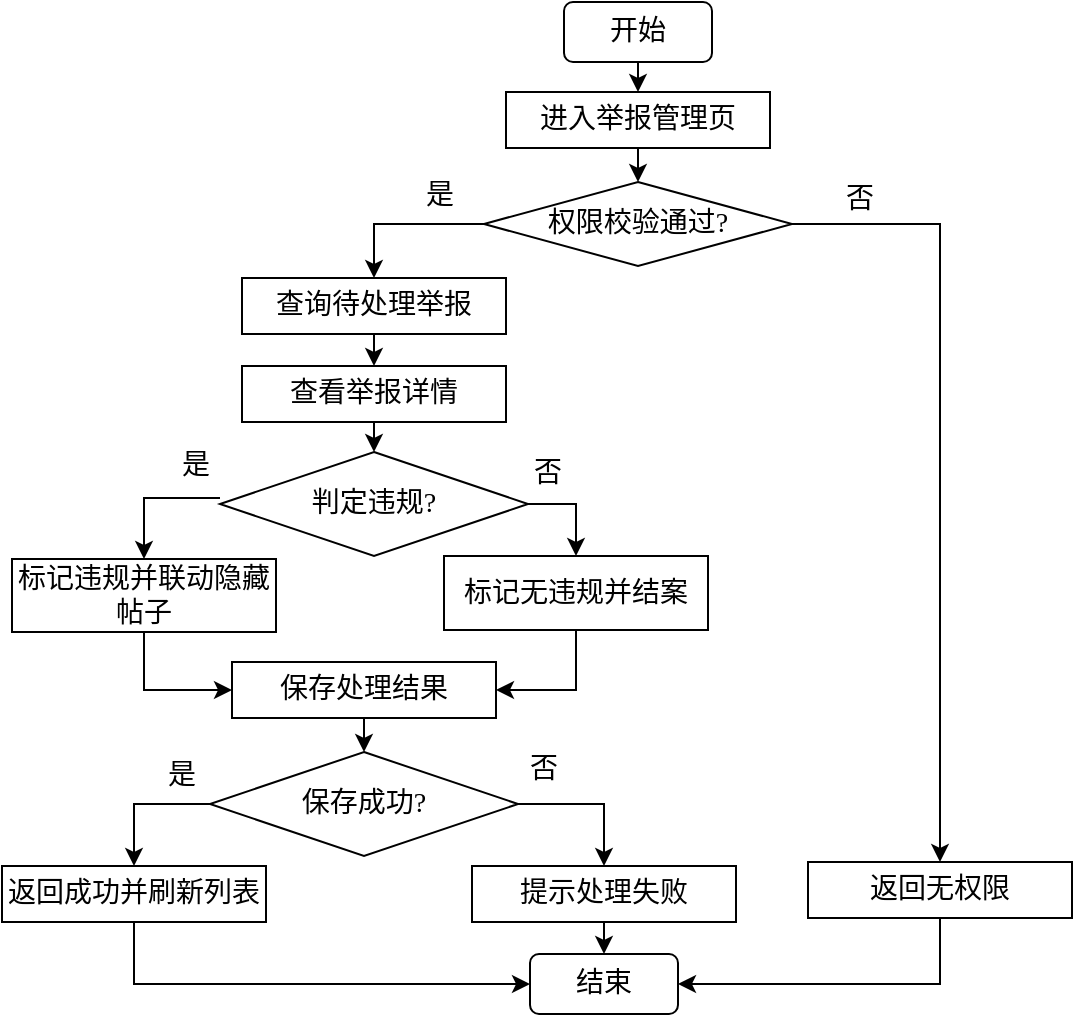
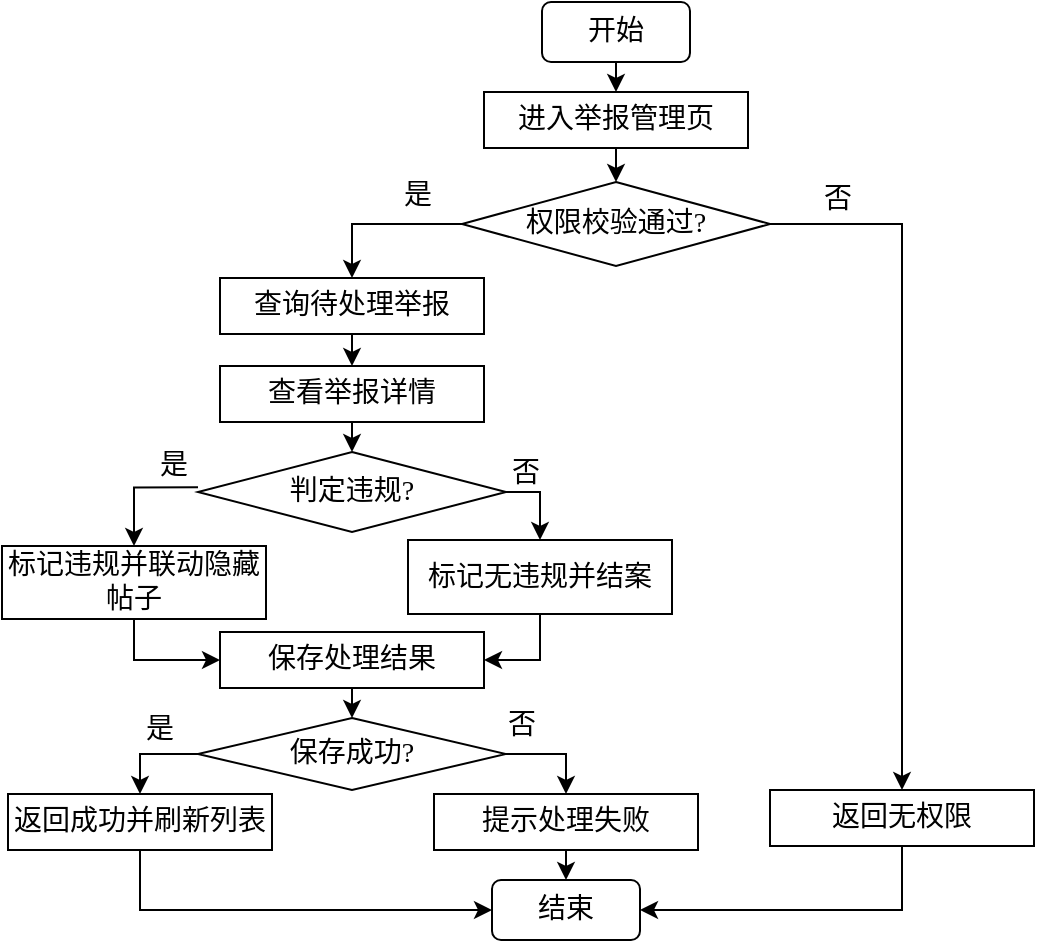
<mxfile host="app.diagrams.net">
  <diagram name="第 1 页" id="Ajj3nnqfAEhxi_esBhM-">
    <mxGraphModel dx="1406" dy="780" grid="0" gridSize="10" guides="1" tooltips="1" connect="1" arrows="1" fold="1" page="1" pageScale="1" pageWidth="827" pageHeight="1169" math="0" shadow="0">
      <root>
        <mxCell id="0" />
        <mxCell id="1" parent="0" />
        <mxCell id="5s4HJbSS7f1pDqxF-hRO-1" parent="1" style="rounded=1;whiteSpace=wrap;html=1;fontFamily=仿宋;fontSize=14;" value="&lt;span&gt;开始&lt;/span&gt;" vertex="1">
          <mxGeometry height="30" width="74" x="389" y="11" as="geometry" />
        </mxCell>
        <mxCell id="5s4HJbSS7f1pDqxF-hRO-2" parent="1" style="rounded=0;whiteSpace=wrap;html=1;fontFamily=仿宋;fontSize=14;" value="&lt;span&gt;进入举报管理页&lt;/span&gt;" vertex="1">
          <mxGeometry height="28" width="132" x="360" y="56" as="geometry" />
        </mxCell>
        <mxCell id="5s4HJbSS7f1pDqxF-hRO-3" parent="1" style="rhombus;whiteSpace=wrap;html=1;fontFamily=仿宋;fontSize=14;" value="&lt;span&gt;权限校验通过?&lt;/span&gt;" vertex="1">
          <mxGeometry height="42" width="154" x="349" y="101" as="geometry" />
        </mxCell>
        <mxCell id="5s4HJbSS7f1pDqxF-hRO-4" parent="1" style="rounded=0;whiteSpace=wrap;html=1;fontFamily=仿宋;fontSize=14;" value="&lt;span&gt;查询待处理举报&lt;/span&gt;" vertex="1">
          <mxGeometry height="28" width="132" x="228" y="149" as="geometry" />
        </mxCell>
        <mxCell id="5s4HJbSS7f1pDqxF-hRO-5" parent="1" style="rounded=0;whiteSpace=wrap;html=1;fontFamily=仿宋;fontSize=14;" value="&lt;span&gt;查看举报详情&lt;/span&gt;" vertex="1">
          <mxGeometry height="28" width="132" x="228" y="193" as="geometry" />
        </mxCell>
        <mxCell id="5s4HJbSS7f1pDqxF-hRO-6" parent="1" style="rhombus;whiteSpace=wrap;html=1;fontFamily=仿宋;fontSize=14;" value="&lt;span&gt;判定违规?&lt;/span&gt;" vertex="1">
-           <mxGeometry height="52" width="154" x="217" y="236" as="geometry" />
+           <mxGeometry height="40" width="154" x="217" y="236" as="geometry" />
        </mxCell>
        <mxCell id="5s4HJbSS7f1pDqxF-hRO-7" parent="1" style="rounded=0;whiteSpace=wrap;html=1;fontFamily=仿宋;fontSize=14;" value="&lt;span&gt;标记违规并联动隐藏帖子&lt;/span&gt;" vertex="1">
-           <mxGeometry height="36.5" width="132" x="113" y="289.5" as="geometry" />
+           <mxGeometry height="36.5" width="132" x="119" y="283" as="geometry" />
        </mxCell>
        <mxCell id="5s4HJbSS7f1pDqxF-hRO-8" parent="1" style="rounded=0;whiteSpace=wrap;html=1;fontFamily=仿宋;fontSize=14;" value="&lt;span&gt;标记无违规并结案&lt;/span&gt;" vertex="1">
-           <mxGeometry height="37" width="132" x="329" y="288" as="geometry" />
+           <mxGeometry height="37" width="132" x="322" y="280" as="geometry" />
        </mxCell>
        <mxCell id="5s4HJbSS7f1pDqxF-hRO-9" parent="1" style="rounded=0;whiteSpace=wrap;html=1;fontFamily=仿宋;fontSize=14;" value="&lt;span&gt;保存处理结果&lt;/span&gt;" vertex="1">
-           <mxGeometry height="28" width="132" x="223" y="341" as="geometry" />
+           <mxGeometry height="28" width="132" x="228" y="326" as="geometry" />
        </mxCell>
        <mxCell id="5s4HJbSS7f1pDqxF-hRO-10" parent="1" style="rhombus;whiteSpace=wrap;html=1;fontFamily=仿宋;fontSize=14;" value="&lt;span&gt;保存成功?&lt;/span&gt;" vertex="1">
-           <mxGeometry height="52" width="154" x="212" y="386" as="geometry" />
+           <mxGeometry height="36" width="154" x="217" y="369" as="geometry" />
        </mxCell>
        <mxCell id="5s4HJbSS7f1pDqxF-hRO-11" parent="1" style="rounded=0;whiteSpace=wrap;html=1;fontFamily=仿宋;fontSize=14;" value="&lt;span&gt;返回成功并刷新列表&lt;/span&gt;" vertex="1">
-           <mxGeometry height="28" width="132" x="108" y="443" as="geometry" />
+           <mxGeometry height="28" width="132" x="122" y="407" as="geometry" />
        </mxCell>
        <mxCell id="5s4HJbSS7f1pDqxF-hRO-12" parent="1" style="rounded=0;whiteSpace=wrap;html=1;fontFamily=仿宋;fontSize=14;" value="&lt;span&gt;提示处理失败&lt;/span&gt;" vertex="1">
-           <mxGeometry height="28" width="132" x="343" y="443" as="geometry" />
+           <mxGeometry height="28" width="132" x="335" y="407" as="geometry" />
        </mxCell>
        <mxCell id="5s4HJbSS7f1pDqxF-hRO-13" parent="1" style="rounded=0;whiteSpace=wrap;html=1;fontFamily=仿宋;fontSize=14;" value="&lt;span&gt;返回无权限&lt;/span&gt;" vertex="1">
-           <mxGeometry height="28" width="132" x="511" y="441" as="geometry" />
+           <mxGeometry height="28" width="132" x="503" y="405" as="geometry" />
        </mxCell>
        <mxCell id="5s4HJbSS7f1pDqxF-hRO-14" parent="1" style="rounded=1;whiteSpace=wrap;html=1;fontFamily=仿宋;fontSize=14;" value="&lt;span&gt;结束&lt;/span&gt;" vertex="1">
-           <mxGeometry height="30" width="74" x="372" y="487" as="geometry" />
+           <mxGeometry height="30" width="74" x="364" y="450" as="geometry" />
        </mxCell>
        <mxCell id="5s4HJbSS7f1pDqxF-hRO-19" edge="1" parent="1" source="5s4HJbSS7f1pDqxF-hRO-1" style="endArrow=classic;html=1;rounded=0;exitX=0.5;exitY=1;exitDx=0;exitDy=0;entryX=0.5;entryY=0;entryDx=0;entryDy=0;fontFamily=仿宋;fontSize=14;" target="5s4HJbSS7f1pDqxF-hRO-2" value="">
          <mxGeometry height="50" relative="1" width="50" as="geometry">
            <mxPoint x="47" y="143" as="sourcePoint" />
            <mxPoint x="97" y="93" as="targetPoint" />
          </mxGeometry>
        </mxCell>
        <mxCell id="5s4HJbSS7f1pDqxF-hRO-20" edge="1" parent="1" source="5s4HJbSS7f1pDqxF-hRO-2" style="endArrow=classic;html=1;rounded=0;exitX=0.5;exitY=1;exitDx=0;exitDy=0;entryX=0.5;entryY=0;entryDx=0;entryDy=0;fontFamily=仿宋;fontSize=14;" target="5s4HJbSS7f1pDqxF-hRO-3" value="">
          <mxGeometry height="50" relative="1" width="50" as="geometry">
            <mxPoint x="640" y="206" as="sourcePoint" />
            <mxPoint x="643" y="241" as="targetPoint" />
          </mxGeometry>
        </mxCell>
        <mxCell id="5s4HJbSS7f1pDqxF-hRO-21" edge="1" parent="1" source="5s4HJbSS7f1pDqxF-hRO-4" style="endArrow=classic;html=1;rounded=0;exitX=0.5;exitY=1;exitDx=0;exitDy=0;entryX=0.5;entryY=0;entryDx=0;entryDy=0;fontFamily=仿宋;fontSize=14;" target="5s4HJbSS7f1pDqxF-hRO-5" value="">
          <mxGeometry height="50" relative="1" width="50" as="geometry">
            <mxPoint x="451" y="246" as="sourcePoint" />
            <mxPoint x="454" y="281" as="targetPoint" />
          </mxGeometry>
        </mxCell>
        <mxCell id="5s4HJbSS7f1pDqxF-hRO-22" edge="1" parent="1" source="5s4HJbSS7f1pDqxF-hRO-3" style="endArrow=classic;html=1;rounded=0;exitX=0;exitY=0.5;exitDx=0;exitDy=0;entryX=0.5;entryY=0;entryDx=0;entryDy=0;edgeStyle=orthogonalEdgeStyle;fontFamily=仿宋;fontSize=14;" target="5s4HJbSS7f1pDqxF-hRO-4" value="">
          <mxGeometry height="50" relative="1" width="50" as="geometry">
            <mxPoint x="183" y="96" as="sourcePoint" />
            <mxPoint x="186" y="131" as="targetPoint" />
          </mxGeometry>
        </mxCell>
        <mxCell id="5s4HJbSS7f1pDqxF-hRO-23" edge="1" parent="1" source="5s4HJbSS7f1pDqxF-hRO-3" style="endArrow=classic;html=1;rounded=0;exitX=1;exitY=0.5;exitDx=0;exitDy=0;entryX=0.5;entryY=0;entryDx=0;entryDy=0;edgeStyle=orthogonalEdgeStyle;fontFamily=仿宋;fontSize=14;" target="5s4HJbSS7f1pDqxF-hRO-13" value="">
          <mxGeometry height="50" relative="1" width="50" as="geometry">
            <mxPoint x="557" y="272" as="sourcePoint" />
            <mxPoint x="560" y="307" as="targetPoint" />
          </mxGeometry>
        </mxCell>
        <mxCell id="5s4HJbSS7f1pDqxF-hRO-24" edge="1" parent="1" source="5s4HJbSS7f1pDqxF-hRO-5" style="endArrow=classic;html=1;rounded=0;exitX=0.5;exitY=1;exitDx=0;exitDy=0;entryX=0.5;entryY=0;entryDx=0;entryDy=0;fontFamily=仿宋;fontSize=14;" target="5s4HJbSS7f1pDqxF-hRO-6" value="">
          <mxGeometry height="50" relative="1" width="50" as="geometry">
            <mxPoint x="479" y="340" as="sourcePoint" />
            <mxPoint x="482" y="375" as="targetPoint" />
          </mxGeometry>
        </mxCell>
        <mxCell id="5s4HJbSS7f1pDqxF-hRO-25" edge="1" parent="1" source="5s4HJbSS7f1pDqxF-hRO-6" style="endArrow=classic;html=1;rounded=0;exitX=0;exitY=0.442;exitDx=0;exitDy=0;entryX=0.5;entryY=0;entryDx=0;entryDy=0;exitPerimeter=0;edgeStyle=orthogonalEdgeStyle;fontFamily=仿宋;fontSize=14;" target="5s4HJbSS7f1pDqxF-hRO-7" value="">
          <mxGeometry height="50" relative="1" width="50" as="geometry">
            <mxPoint x="158" y="372" as="sourcePoint" />
            <mxPoint x="161" y="407" as="targetPoint" />
          </mxGeometry>
        </mxCell>
        <mxCell id="5s4HJbSS7f1pDqxF-hRO-26" edge="1" parent="1" source="5s4HJbSS7f1pDqxF-hRO-6" style="endArrow=classic;html=1;rounded=0;exitX=1;exitY=0.5;exitDx=0;exitDy=0;entryX=0.5;entryY=0;entryDx=0;entryDy=0;edgeStyle=orthogonalEdgeStyle;fontFamily=仿宋;fontSize=14;" target="5s4HJbSS7f1pDqxF-hRO-8" value="">
          <mxGeometry height="50" relative="1" width="50" as="geometry">
            <mxPoint x="467" y="342" as="sourcePoint" />
            <mxPoint x="470" y="377" as="targetPoint" />
          </mxGeometry>
        </mxCell>
        <mxCell id="5s4HJbSS7f1pDqxF-hRO-27" edge="1" parent="1" source="5s4HJbSS7f1pDqxF-hRO-7" style="endArrow=classic;html=1;rounded=0;exitX=0.5;exitY=1;exitDx=0;exitDy=0;entryX=0;entryY=0.5;entryDx=0;entryDy=0;edgeStyle=orthogonalEdgeStyle;fontFamily=仿宋;fontSize=14;" target="5s4HJbSS7f1pDqxF-hRO-9" value="">
          <mxGeometry height="50" relative="1" width="50" as="geometry">
            <mxPoint x="170" y="504" as="sourcePoint" />
            <mxPoint x="173" y="539" as="targetPoint" />
          </mxGeometry>
        </mxCell>
        <mxCell id="5s4HJbSS7f1pDqxF-hRO-28" edge="1" parent="1" source="5s4HJbSS7f1pDqxF-hRO-8" style="endArrow=classic;html=1;rounded=0;exitX=0.5;exitY=1;exitDx=0;exitDy=0;entryX=1;entryY=0.5;entryDx=0;entryDy=0;edgeStyle=orthogonalEdgeStyle;fontFamily=仿宋;fontSize=14;" target="5s4HJbSS7f1pDqxF-hRO-9" value="">
          <mxGeometry height="50" relative="1" width="50" as="geometry">
            <mxPoint x="422" y="489" as="sourcePoint" />
            <mxPoint x="425" y="524" as="targetPoint" />
          </mxGeometry>
        </mxCell>
        <mxCell id="5s4HJbSS7f1pDqxF-hRO-29" edge="1" parent="1" source="5s4HJbSS7f1pDqxF-hRO-9" style="endArrow=classic;html=1;rounded=0;exitX=0.5;exitY=1;exitDx=0;exitDy=0;entryX=0.5;entryY=0;entryDx=0;entryDy=0;fontFamily=仿宋;fontSize=14;" target="5s4HJbSS7f1pDqxF-hRO-10" value="">
          <mxGeometry height="50" relative="1" width="50" as="geometry">
            <mxPoint x="181" y="564" as="sourcePoint" />
            <mxPoint x="184" y="599" as="targetPoint" />
          </mxGeometry>
        </mxCell>
        <mxCell id="5s4HJbSS7f1pDqxF-hRO-30" edge="1" parent="1" source="5s4HJbSS7f1pDqxF-hRO-10" style="endArrow=classic;html=1;rounded=0;exitX=0;exitY=0.5;exitDx=0;exitDy=0;entryX=0.5;entryY=0;entryDx=0;entryDy=0;edgeStyle=orthogonalEdgeStyle;fontFamily=仿宋;fontSize=14;" target="5s4HJbSS7f1pDqxF-hRO-11" value="">
          <mxGeometry height="50" relative="1" width="50" as="geometry">
            <mxPoint x="134" y="614" as="sourcePoint" />
            <mxPoint x="137" y="649" as="targetPoint" />
          </mxGeometry>
        </mxCell>
        <mxCell id="5s4HJbSS7f1pDqxF-hRO-31" edge="1" parent="1" source="5s4HJbSS7f1pDqxF-hRO-10" style="endArrow=classic;html=1;rounded=0;exitX=1;exitY=0.5;exitDx=0;exitDy=0;entryX=0.5;entryY=0;entryDx=0;entryDy=0;edgeStyle=orthogonalEdgeStyle;fontFamily=仿宋;fontSize=14;" target="5s4HJbSS7f1pDqxF-hRO-12" value="">
          <mxGeometry height="50" relative="1" width="50" as="geometry">
            <mxPoint x="405" y="601" as="sourcePoint" />
            <mxPoint x="408" y="636" as="targetPoint" />
          </mxGeometry>
        </mxCell>
        <mxCell id="5s4HJbSS7f1pDqxF-hRO-32" edge="1" parent="1" source="5s4HJbSS7f1pDqxF-hRO-11" style="endArrow=classic;html=1;rounded=0;exitX=0.5;exitY=1;exitDx=0;exitDy=0;entryX=0;entryY=0.5;entryDx=0;entryDy=0;edgeStyle=orthogonalEdgeStyle;fontFamily=仿宋;fontSize=14;" target="5s4HJbSS7f1pDqxF-hRO-14" value="">
          <mxGeometry height="50" relative="1" width="50" as="geometry">
            <mxPoint x="175" y="851" as="sourcePoint" />
            <mxPoint x="178" y="886" as="targetPoint" />
          </mxGeometry>
        </mxCell>
        <mxCell id="5s4HJbSS7f1pDqxF-hRO-33" edge="1" parent="1" source="5s4HJbSS7f1pDqxF-hRO-13" style="endArrow=classic;html=1;rounded=0;exitX=0.5;exitY=1;exitDx=0;exitDy=0;entryX=1;entryY=0.5;entryDx=0;entryDy=0;edgeStyle=orthogonalEdgeStyle;fontFamily=仿宋;fontSize=14;" target="5s4HJbSS7f1pDqxF-hRO-14" value="">
          <mxGeometry height="50" relative="1" width="50" as="geometry">
            <mxPoint x="611" y="751" as="sourcePoint" />
            <mxPoint x="614" y="786" as="targetPoint" />
          </mxGeometry>
        </mxCell>
        <mxCell id="5s4HJbSS7f1pDqxF-hRO-34" edge="1" parent="1" source="5s4HJbSS7f1pDqxF-hRO-12" style="endArrow=classic;html=1;rounded=0;exitX=0.5;exitY=1;exitDx=0;exitDy=0;entryX=0.5;entryY=0;entryDx=0;entryDy=0;fontFamily=仿宋;fontSize=14;" target="5s4HJbSS7f1pDqxF-hRO-14" value="">
          <mxGeometry height="50" relative="1" width="50" as="geometry">
            <mxPoint x="442" y="723" as="sourcePoint" />
            <mxPoint x="445" y="758" as="targetPoint" />
          </mxGeometry>
        </mxCell>
        <mxCell id="5s4HJbSS7f1pDqxF-hRO-35" parent="1" style="text;html=1;whiteSpace=wrap;strokeColor=none;fillColor=none;align=center;verticalAlign=middle;rounded=0;fontFamily=仿宋;fontSize=14;" value="是" vertex="1">
          <mxGeometry height="30" width="60" x="297" y="93" as="geometry" />
        </mxCell>
        <mxCell id="5s4HJbSS7f1pDqxF-hRO-36" parent="1" style="text;html=1;whiteSpace=wrap;strokeColor=none;fillColor=none;align=center;verticalAlign=middle;rounded=0;fontFamily=仿宋;fontSize=14;" value="是" vertex="1">
          <mxGeometry height="30" width="60" x="175" y="228" as="geometry" />
        </mxCell>
        <mxCell id="5s4HJbSS7f1pDqxF-hRO-37" parent="1" style="text;html=1;whiteSpace=wrap;strokeColor=none;fillColor=none;align=center;verticalAlign=middle;rounded=0;fontFamily=仿宋;fontSize=14;" value="是" vertex="1">
-           <mxGeometry height="30" width="60" x="168" y="383" as="geometry" />
+           <mxGeometry height="30" width="60" x="168" y="360" as="geometry" />
        </mxCell>
        <mxCell id="5s4HJbSS7f1pDqxF-hRO-38" parent="1" style="text;html=1;whiteSpace=wrap;strokeColor=none;fillColor=none;align=center;verticalAlign=middle;rounded=0;fontFamily=仿宋;fontSize=14;" value="否" vertex="1">
          <mxGeometry height="30" width="60" x="507" y="95" as="geometry" />
        </mxCell>
        <mxCell id="5s4HJbSS7f1pDqxF-hRO-39" parent="1" style="text;html=1;whiteSpace=wrap;strokeColor=none;fillColor=none;align=center;verticalAlign=middle;rounded=0;fontFamily=仿宋;fontSize=14;" value="否" vertex="1">
          <mxGeometry height="30" width="60" x="351" y="232" as="geometry" />
        </mxCell>
        <mxCell id="5s4HJbSS7f1pDqxF-hRO-40" parent="1" style="text;html=1;whiteSpace=wrap;strokeColor=none;fillColor=none;align=center;verticalAlign=middle;rounded=0;fontFamily=仿宋;fontSize=14;" value="否" vertex="1">
-           <mxGeometry height="30" width="60" x="349" y="380" as="geometry" />
+           <mxGeometry height="30" width="60" x="349" y="358" as="geometry" />
        </mxCell>
      </root>
    </mxGraphModel>
  </diagram>
</mxfile>
